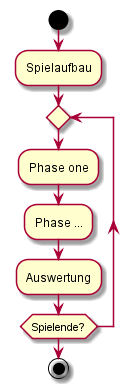
hnbeck/NikosophyWeb keeps this PlantUML diagram as static/img/gamesequence.png. Above is the earlier version.
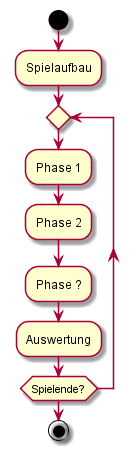
After the commit.

Change to the diagram source:
```diff
@@ -1,12 +1,12 @@
 @startuml
-
 
 start
 :Spielaufbau;
 
 repeat
-	:Phase one;
-	:Phase ...;
+	:Phase 1;
+	:Phase 2;
+	:Phase ?;
 	:Auswertung;
 
 repeat while (Spielende?);
```
